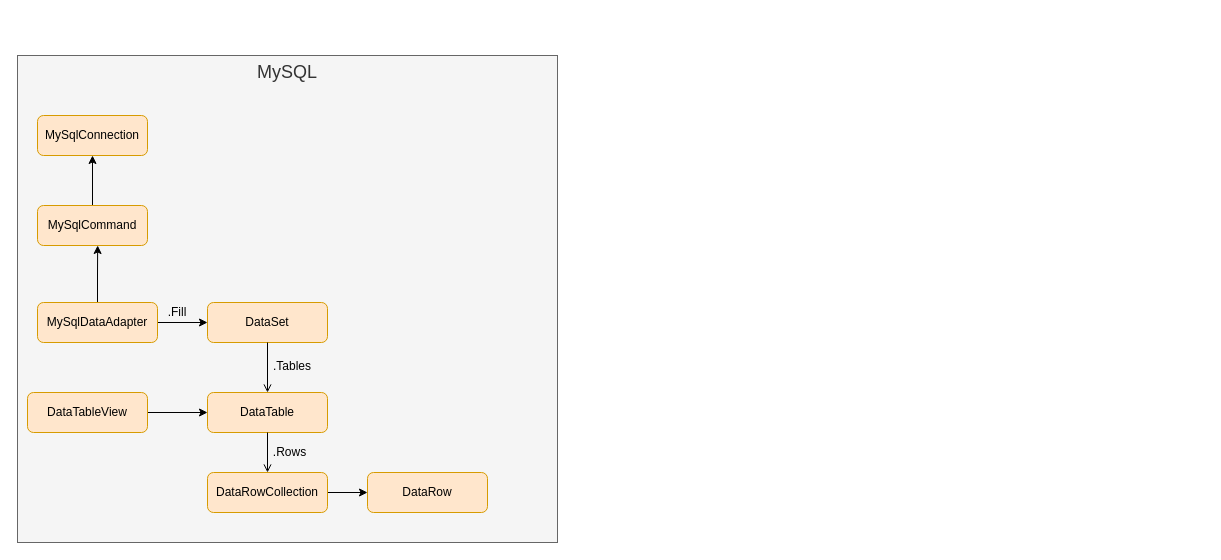
Above: page "7#C#" (3 of 3) of assets/drawio/study.drawio in atanx/atanx.github.io (draw.io), before the change. Source tidied: cells renumbered, new cells numbered last; positions are measured from the earlier drawing's top-left corner, leaving out a move shared by most shapes. Both pictures are drawn from the tidied source at 100%, with x=0, y=0 at pixel (17, 55).
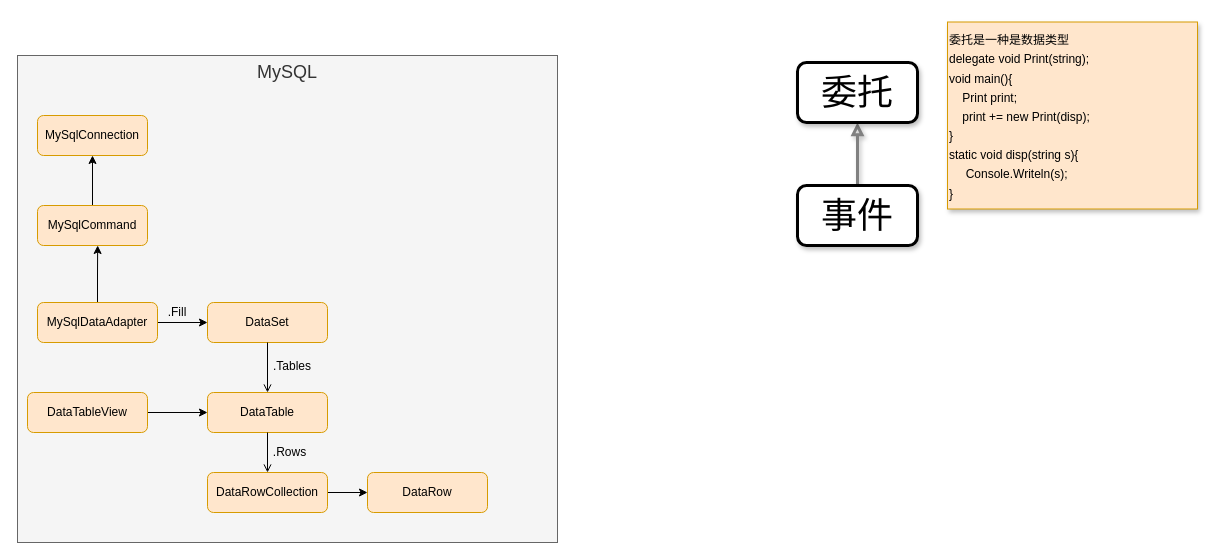
The same page after the edit.

Diff of the diagram source:
```diff
@@
+    <mxCell id="21" style="edgeStyle=orthogonalEdgeStyle;rounded=0;comic=0;jettySize=auto;html=1;exitX=0.5;exitY=0;exitDx=0;exitDy=0;entryX=0.5;entryY=1;entryDx=0;entryDy=0;shadow=1;startArrow=none;startFill=0;endArrow=block;endFill=0;strokeColor=#808080;strokeWidth=3;fontSize=36;" parent="1" edge="1" source="22" target="23">
+      <mxGeometry relative="1" as="geometry" />
+    </mxCell>
+    <mxCell id="22" value="事件" style="rounded=1;whiteSpace=wrap;html=1;shadow=1;strokeWidth=3;fontSize=36;" parent="1" vertex="1">
+      <mxGeometry x="780" y="130" width="120" height="60" as="geometry" />
+    </mxCell>
+    <mxCell id="23" value="委托" style="rounded=1;whiteSpace=wrap;html=1;shadow=1;strokeWidth=3;fontSize=36;" parent="1" vertex="1">
+      <mxGeometry x="780" y="7" width="120" height="60" as="geometry" />
+    </mxCell>
+    <mxCell id="24" value="&lt;font style=&quot;font-size: 12px&quot;&gt;委托是一种是数据类型&lt;br&gt;delegate void Print(string);&lt;br&gt;void main(){&lt;br&gt;&amp;nbsp; &amp;nbsp; Print print;&lt;br&gt;&amp;nbsp; &amp;nbsp; print += new Print(disp);&lt;br&gt;}&lt;br&gt;static void disp(string s){&lt;br&gt;&amp;nbsp; &amp;nbsp; &amp;nbsp;Console.Writeln(s);&lt;br&gt;}&lt;/font&gt;" style="text;html=1;strokeColor=#d79b00;fillColor=#ffe6cc;align=left;verticalAlign=middle;whiteSpace=wrap;rounded=0;shadow=1;fontSize=16;" parent="1" vertex="1">
+      <mxGeometry x="930" y="-33.5" width="250" height="187" as="geometry" />
+    </mxCell>
```
